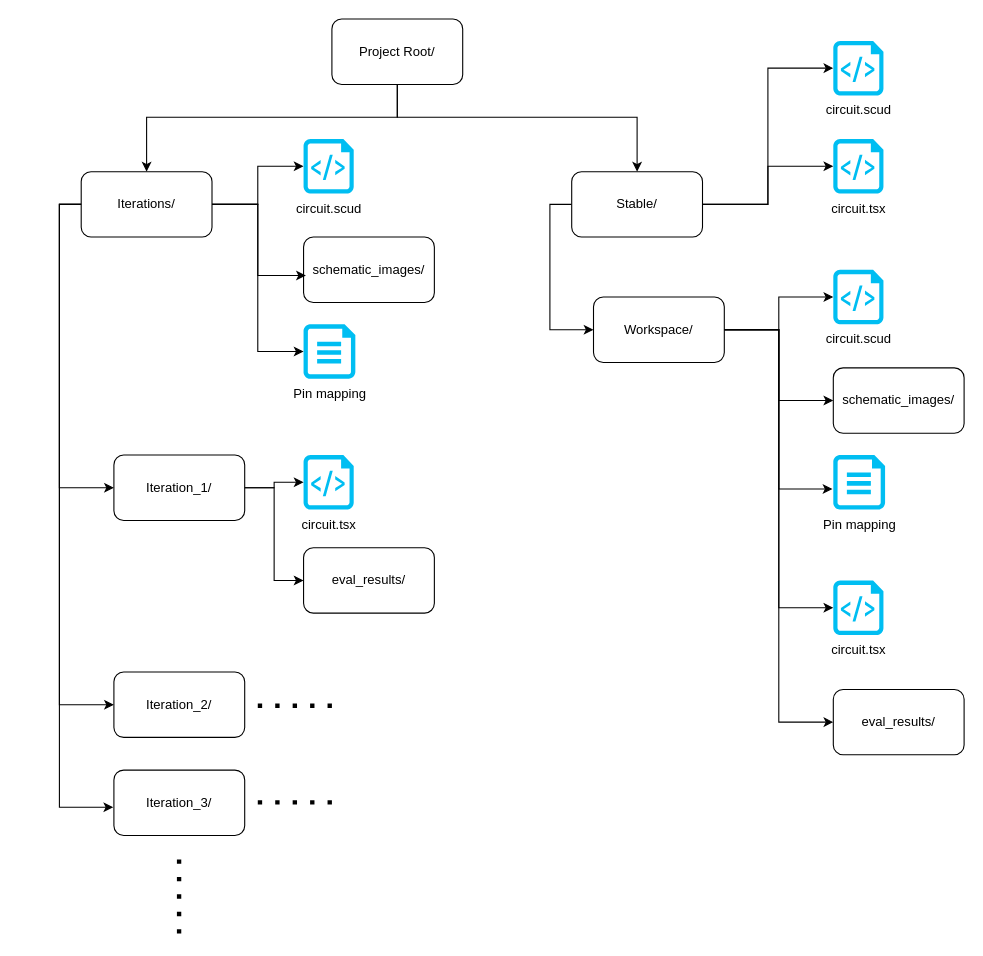
Before: VHL_Project_Folder_Structure.drawio in vivekvjnk/virtual_hardware_laboratary, a draw.io diagram. Source tidied: cells renumbered, new cells numbered last; positions are measured from the earlier drawing's top-left corner, leaving out a move shared by most shapes. Both pictures are drawn from the tidied source at 109%, with x=0, y=0 at pixel (81, 19).
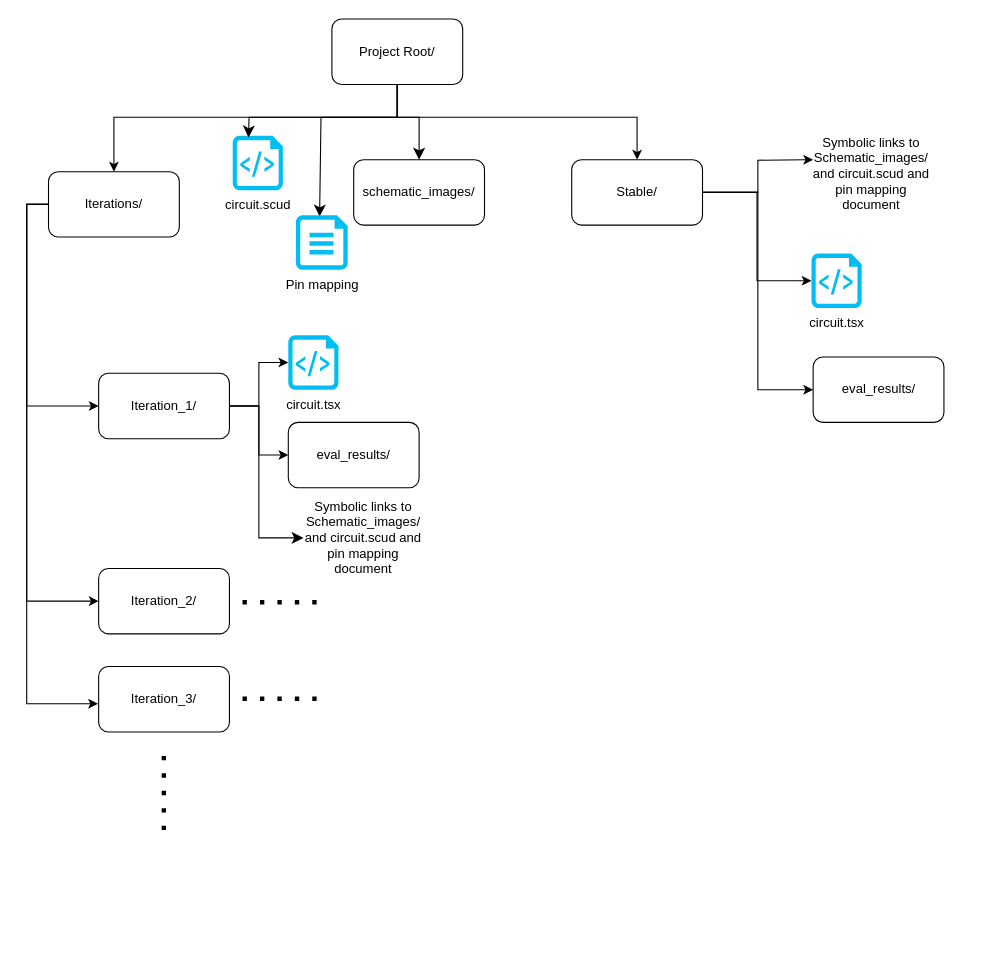
After the change.

Unchanged cells that the change refers to:
```xml
<mxCell id="4" value="Project Root/" style="rounded=1;whiteSpace=wrap;html=1;" parent="1" vertex="1">
  <mxGeometry x="230" width="120" height="60" as="geometry" />
</mxCell>
```

What changed in the source:
```diff
@@
     <mxCell id="2" style="edgeStyle=orthogonalEdgeStyle;rounded=0;jettySize=auto;html=1;entryX=0.5;entryY=0;entryDx=0;entryDy=0;exitX=0.5;exitY=1;exitDx=0;exitDy=0;" parent="1" edge="1" source="4" target="8">
       <mxGeometry relative="1" as="geometry">
         <Array as="points">
           <mxPoint x="290" y="90" />
-          <mxPoint x="60" y="90" />
+          <mxPoint x="30" y="90" />
         </Array>
       </mxGeometry>
     </mxCell>
-    <mxCell id="3" style="edgeStyle=orthogonalEdgeStyle;rounded=0;jettySize=auto;html=1;exitX=0.5;exitY=1;exitDx=0;exitDy=0;entryX=0.5;entryY=0;entryDx=0;entryDy=0;" parent="1" edge="1" source="4" target="16">
+    <mxCell id="3" style="edgeStyle=orthogonalEdgeStyle;rounded=0;jettySize=auto;html=1;exitX=0.5;exitY=1;exitDx=0;exitDy=0;entryX=0.5;entryY=0;entryDx=0;entryDy=0;" parent="1" edge="1" source="4" target="19">
       <mxGeometry relative="1" as="geometry">
         <Array as="points">
           <mxPoint x="290" y="90" />
           <mxPoint x="510" y="90" />
         </Array>
       </mxGeometry>
     </mxCell>
+    <mxCell id="42" style="edgeStyle=none;curved=0;rounded=0;jettySize=auto;html=1;exitX=0.5;exitY=1;exitDx=0;exitDy=0;entryX=0.5;entryY=0;entryDx=0;entryDy=0;fontSize=12;startSize=8;endSize=8;" parent="1" edge="1" source="4" target="45">
+      <mxGeometry relative="1" as="geometry">
+        <Array as="points">
+          <mxPoint x="290" y="90" />
+          <mxPoint x="310" y="90" />
+        </Array>
+      </mxGeometry>
+    </mxCell>
+    <mxCell id="43" style="edgeStyle=none;curved=0;rounded=0;jettySize=auto;html=1;exitX=0.5;exitY=1;exitDx=0;exitDy=0;fontSize=12;startSize=8;endSize=8;entryX=0.457;entryY=0.024;entryDx=0;entryDy=0;entryPerimeter=0;" parent="1" edge="1" source="4" target="48">
+      <mxGeometry relative="1" as="geometry">
+        <Array as="points">
+          <mxPoint x="290" y="90" />
+          <mxPoint x="220" y="90" />
+        </Array>
+      </mxGeometry>
+    </mxCell>
@@
-    <mxCell id="7" style="edgeStyle=orthogonalEdgeStyle;rounded=0;jettySize=auto;html=1;entryX=0;entryY=0.5;entryDx=0;entryDy=0;entryPerimeter=0;" parent="1" edge="1" source="8" target="20">
-      <mxGeometry relative="1" as="geometry" />
-    </mxCell>
     <mxCell id="8" value="Iterations/" style="rounded=1;whiteSpace=wrap;html=1;" parent="1" vertex="1">
-      <mxGeometry y="140" width="120" height="60" as="geometry" />
+      <mxGeometry x="-30" y="140" width="120" height="60" as="geometry" />
     </mxCell>
@@
+    <mxCell id="44" style="edgeStyle=none;curved=0;rounded=0;jettySize=auto;html=1;exitX=1;exitY=0.5;exitDx=0;exitDy=0;entryX=0;entryY=0.5;entryDx=0;entryDy=0;fontSize=12;startSize=8;endSize=8;" parent="1" edge="1" source="10" target="49">
+      <mxGeometry relative="1" as="geometry">
+        <Array as="points">
+          <mxPoint x="163" y="355" />
+          <mxPoint x="163" y="476" />
+        </Array>
+      </mxGeometry>
+    </mxCell>
     <mxCell id="10" value="Iteration_1/" style="rounded=1;whiteSpace=wrap;html=1;" parent="1" vertex="1">
-      <mxGeometry x="30" y="400" width="120" height="60" as="geometry" />
+      <mxGeometry x="16" y="325" width="120" height="60" as="geometry" />
     </mxCell>
     <mxCell id="11" value="Iteration_2/" style="rounded=1;whiteSpace=wrap;html=1;" parent="1" vertex="1">
-      <mxGeometry x="30" y="599" width="120" height="60" as="geometry" />
+      <mxGeometry x="16" y="504" width="120" height="60" as="geometry" />
     </mxCell>
     <mxCell id="12" value="Iteration_3/" style="rounded=1;whiteSpace=wrap;html=1;" parent="1" vertex="1">
-      <mxGeometry x="30" y="689" width="120" height="60" as="geometry" />
+      <mxGeometry x="16" y="594" width="120" height="60" as="geometry" />
     </mxCell>
     <mxCell id="13" style="endArrow=none;dashed=1;html=1;dashPattern=1 3;strokeWidth=4;rounded=0;startSize=12;" parent="1" edge="1">
       <mxGeometry relative="1" as="geometry">
-        <mxPoint x="89.8" y="839" as="sourcePoint" />
-        <mxPoint x="89.8" y="769" as="targetPoint" />
+        <mxPoint x="75.8" y="744" as="sourcePoint" />
+        <mxPoint x="75.8" y="674" as="targetPoint" />
       </mxGeometry>
     </mxCell>
@@
-    <mxCell id="15" style="edgeStyle=orthogonalEdgeStyle;rounded=0;jettySize=auto;html=1;entryX=0;entryY=0.5;entryDx=0;entryDy=0;exitX=0;exitY=0.5;exitDx=0;exitDy=0;" parent="1" edge="1" source="16" target="19">
-      <mxGeometry relative="1" as="geometry" />
-    </mxCell>
-    <mxCell id="16" value="Stable/" style="rounded=1;whiteSpace=wrap;html=1;" parent="1" vertex="1">
-      <mxGeometry x="450" y="140" width="120" height="60" as="geometry" />
-    </mxCell>
-    <mxCell id="17" style="edgeStyle=orthogonalEdgeStyle;rounded=0;jettySize=auto;html=1;entryX=0;entryY=0.5;entryDx=0;entryDy=0;" parent="1" edge="1" source="19" target="31">
-      <mxGeometry relative="1" as="geometry" />
-    </mxCell>
@@
-    <mxCell id="19" value="Workspace/" style="rounded=1;whiteSpace=wrap;html=1;" parent="1" vertex="1">
-      <mxGeometry x="470" y="255" width="120" height="60" as="geometry" />
+    <mxCell id="19" value="Stable/" style="rounded=1;whiteSpace=wrap;html=1;" parent="1" vertex="1">
+      <mxGeometry x="450" y="129" width="120" height="60" as="geometry" />
     </mxCell>
-    <mxCell id="20" value="circuit.scud" style="verticalLabelPosition=bottom;html=1;verticalAlign=top;align=center;strokeColor=none;fillColor=#00BEF2;shape=mxgraph.azure.script_file;" parent="1" vertex="1">
-      <mxGeometry x="204" y="110" width="46" height="50" as="geometry" />
-    </mxCell>
-    <mxCell id="21" value="schematic_images/" style="rounded=1;whiteSpace=wrap;html=1;" parent="1" vertex="1">
-      <mxGeometry x="204" y="200" width="120" height="60" as="geometry" />
-    </mxCell>
-    <mxCell id="22" value="Pin mapping" style="verticalLabelPosition=bottom;html=1;verticalAlign=top;align=center;strokeColor=none;fillColor=#00BEF2;shape=mxgraph.azure.cloud_services_configuration_file;" parent="1" vertex="1">
-      <mxGeometry x="204" y="280" width="47.5" height="50" as="geometry" />
-    </mxCell>
-    <mxCell id="23" style="edgeStyle=orthogonalEdgeStyle;rounded=0;jettySize=auto;html=1;exitX=1;exitY=0.5;exitDx=0;exitDy=0;entryX=0.018;entryY=0.588;entryDx=0;entryDy=0;entryPerimeter=0;" parent="1" edge="1" source="8" target="21">
-      <mxGeometry relative="1" as="geometry" />
-    </mxCell>
-    <mxCell id="24" style="edgeStyle=orthogonalEdgeStyle;rounded=0;jettySize=auto;html=1;exitX=1;exitY=0.5;exitDx=0;exitDy=0;entryX=0;entryY=0.5;entryDx=0;entryDy=0;entryPerimeter=0;" parent="1" edge="1" source="8" target="22">
-      <mxGeometry relative="1" as="geometry" />
-    </mxCell>
     <mxCell id="25" value="circuit.tsx" style="verticalLabelPosition=bottom;html=1;verticalAlign=top;align=center;strokeColor=none;fillColor=#00BEF2;shape=mxgraph.azure.script_file;" parent="1" vertex="1">
-      <mxGeometry x="204" y="400" width="46" height="50" as="geometry" />
+      <mxGeometry x="190" y="290" width="46" height="50" as="geometry" />
     </mxCell>
@@
     <mxCell id="27" value="eval_results/" style="rounded=1;whiteSpace=wrap;html=1;" parent="1" vertex="1">
-      <mxGeometry x="204" y="485" width="120" height="60" as="geometry" />
+      <mxGeometry x="190" y="370" width="120" height="60" as="geometry" />
     </mxCell>
     <mxCell id="28" style="endArrow=none;dashed=1;html=1;dashPattern=1 3;strokeWidth=4;rounded=0;startSize=12;" parent="1" edge="1">
       <mxGeometry relative="1" as="geometry">
-        <mxPoint x="230" y="630" as="sourcePoint" />
-        <mxPoint x="160" y="630" as="targetPoint" />
+        <mxPoint x="216" y="535" as="sourcePoint" />
+        <mxPoint x="146" y="535" as="targetPoint" />
       </mxGeometry>
     </mxCell>
     <mxCell id="29" style="endArrow=none;dashed=1;html=1;dashPattern=1 3;strokeWidth=4;rounded=0;startSize=12;" parent="1" edge="1">
       <mxGeometry relative="1" as="geometry">
-        <mxPoint x="230" y="718.6" as="sourcePoint" />
-        <mxPoint x="160" y="718.6" as="targetPoint" />
+        <mxPoint x="216" y="623.6" as="sourcePoint" />
+        <mxPoint x="146" y="623.6" as="targetPoint" />
       </mxGeometry>
     </mxCell>
-    <mxCell id="30" value="circuit.scud" style="verticalLabelPosition=bottom;html=1;verticalAlign=top;align=center;strokeColor=none;fillColor=#00BEF2;shape=mxgraph.azure.script_file;" parent="1" vertex="1">
-      <mxGeometry x="690" y="230" width="46" height="50" as="geometry" />
-    </mxCell>
-    <mxCell id="31" value="schematic_images/" style="rounded=1;whiteSpace=wrap;html=1;" parent="1" vertex="1">
-      <mxGeometry x="690" y="320" width="120" height="60" as="geometry" />
-    </mxCell>
-    <mxCell id="32" value="Pin mapping" style="verticalLabelPosition=bottom;html=1;verticalAlign=top;align=center;strokeColor=none;fillColor=#00BEF2;shape=mxgraph.azure.cloud_services_configuration_file;" parent="1" vertex="1">
-      <mxGeometry x="690" y="400" width="47.5" height="50" as="geometry" />
-    </mxCell>
-    <mxCell id="33" style="edgeStyle=orthogonalEdgeStyle;rounded=0;jettySize=auto;html=1;exitX=1;exitY=0.5;exitDx=0;exitDy=0;entryX=0;entryY=0.5;entryDx=0;entryDy=0;entryPerimeter=0;" parent="1" edge="1" source="19" target="30">
-      <mxGeometry relative="1" as="geometry" />
+    <mxCell id="33" style="edgeStyle=orthogonalEdgeStyle;rounded=0;jettySize=auto;html=1;exitX=1;exitY=0.5;exitDx=0;exitDy=0;entryX=0;entryY=0.5;entryDx=0;entryDy=0;entryPerimeter=0;" parent="1" edge="1" source="19">
+      <mxGeometry relative="1" as="geometry">
+        <mxPoint x="671.5" y="129" as="targetPoint" />
+      </mxGeometry>
     </mxCell>
-    <mxCell id="34" style="edgeStyle=orthogonalEdgeStyle;rounded=0;jettySize=auto;html=1;exitX=1;exitY=0.5;exitDx=0;exitDy=0;entryX=-0.016;entryY=0.622;entryDx=0;entryDy=0;entryPerimeter=0;" parent="1" edge="1" source="19" target="32">
-      <mxGeometry relative="1" as="geometry" />
-    </mxCell>
     <mxCell id="35" value="circuit.tsx" style="verticalLabelPosition=bottom;html=1;verticalAlign=top;align=center;strokeColor=none;fillColor=#00BEF2;shape=mxgraph.azure.script_file;" parent="1" vertex="1">
-      <mxGeometry x="690" y="515" width="46" height="50" as="geometry" />
+      <mxGeometry x="670" y="215" width="46" height="50" as="geometry" />
     </mxCell>
@@
     <mxCell id="37" value="eval_results/" style="rounded=1;whiteSpace=wrap;html=1;" parent="1" vertex="1">
-      <mxGeometry x="690" y="615" width="120" height="60" as="geometry" />
+      <mxGeometry x="671.5" y="310" width="120" height="60" as="geometry" />
     </mxCell>
-    <mxCell id="38" value="circuit.tsx" style="verticalLabelPosition=bottom;html=1;verticalAlign=top;align=center;strokeColor=none;fillColor=#00BEF2;shape=mxgraph.azure.script_file;" parent="1" vertex="1">
-      <mxGeometry x="690" y="110" width="46" height="50" as="geometry" />
-    </mxCell>
-    <mxCell id="39" style="edgeStyle=orthogonalEdgeStyle;rounded=0;jettySize=auto;html=1;exitX=1;exitY=0.5;exitDx=0;exitDy=0;entryX=0;entryY=0.5;entryDx=0;entryDy=0;entryPerimeter=0;" parent="1" edge="1" source="16" target="38">
-      <mxGeometry relative="1" as="geometry" />
-    </mxCell>
-    <mxCell id="40" value="circuit.scud" style="verticalLabelPosition=bottom;html=1;verticalAlign=top;align=center;strokeColor=none;fillColor=#00BEF2;shape=mxgraph.azure.script_file;" parent="1" vertex="1">
-      <mxGeometry x="690" y="20" width="46" height="50" as="geometry" />
-    </mxCell>
-    <mxCell id="41" style="edgeStyle=orthogonalEdgeStyle;rounded=0;jettySize=auto;html=1;exitX=1;exitY=0.5;exitDx=0;exitDy=0;entryX=0;entryY=0.5;entryDx=0;entryDy=0;entryPerimeter=0;" parent="1" edge="1" source="16" target="40">
-      <mxGeometry relative="1" as="geometry" />
-    </mxCell>
+    <mxCell id="45" value="schematic_images/" style="rounded=1;whiteSpace=wrap;html=1;" parent="1" vertex="1">
+      <mxGeometry x="250" y="129" width="120" height="60" as="geometry" />
+    </mxCell>
+    <mxCell id="46" value="circuit.scud" style="verticalLabelPosition=bottom;html=1;verticalAlign=top;align=center;strokeColor=none;fillColor=#00BEF2;shape=mxgraph.azure.script_file;" parent="1" vertex="1">
+      <mxGeometry x="139" y="107" width="46" height="50" as="geometry" />
+    </mxCell>
+    <mxCell id="47" style="edgeStyle=none;curved=0;rounded=0;jettySize=auto;html=1;exitX=0.5;exitY=1;exitDx=0;exitDy=0;entryX=0.315;entryY=0.033;entryDx=0;entryDy=0;entryPerimeter=0;fontSize=12;startSize=8;endSize=8;" parent="1" edge="1" source="4" target="46">
+      <mxGeometry relative="1" as="geometry">
+        <Array as="points">
+          <mxPoint x="290" y="90" />
+          <mxPoint x="154" y="90" />
+        </Array>
+      </mxGeometry>
+    </mxCell>
+    <mxCell id="48" value="Pin mapping" style="verticalLabelPosition=bottom;html=1;verticalAlign=top;align=center;strokeColor=none;fillColor=#00BEF2;shape=mxgraph.azure.cloud_services_configuration_file;" parent="1" vertex="1">
+      <mxGeometry x="197" y="180" width="47.5" height="50" as="geometry" />
+    </mxCell>
+    <mxCell id="49" value="Symbolic links to Schematic_images/ and circuit.scud and pin mapping document" style="text;html=1;whiteSpace=wrap;strokeColor=none;fillColor=none;align=center;verticalAlign=middle;rounded=0;" parent="1" vertex="1">
+      <mxGeometry x="204" y="448" width="110" height="56" as="geometry" />
+    </mxCell>
+    <mxCell id="50" value="Symbolic links to Schematic_images/ and circuit.scud and pin mapping document" style="text;html=1;whiteSpace=wrap;strokeColor=none;fillColor=none;align=center;verticalAlign=middle;rounded=0;" parent="1" vertex="1">
+      <mxGeometry x="670" y="114" width="110" height="56" as="geometry" />
+    </mxCell>
```
